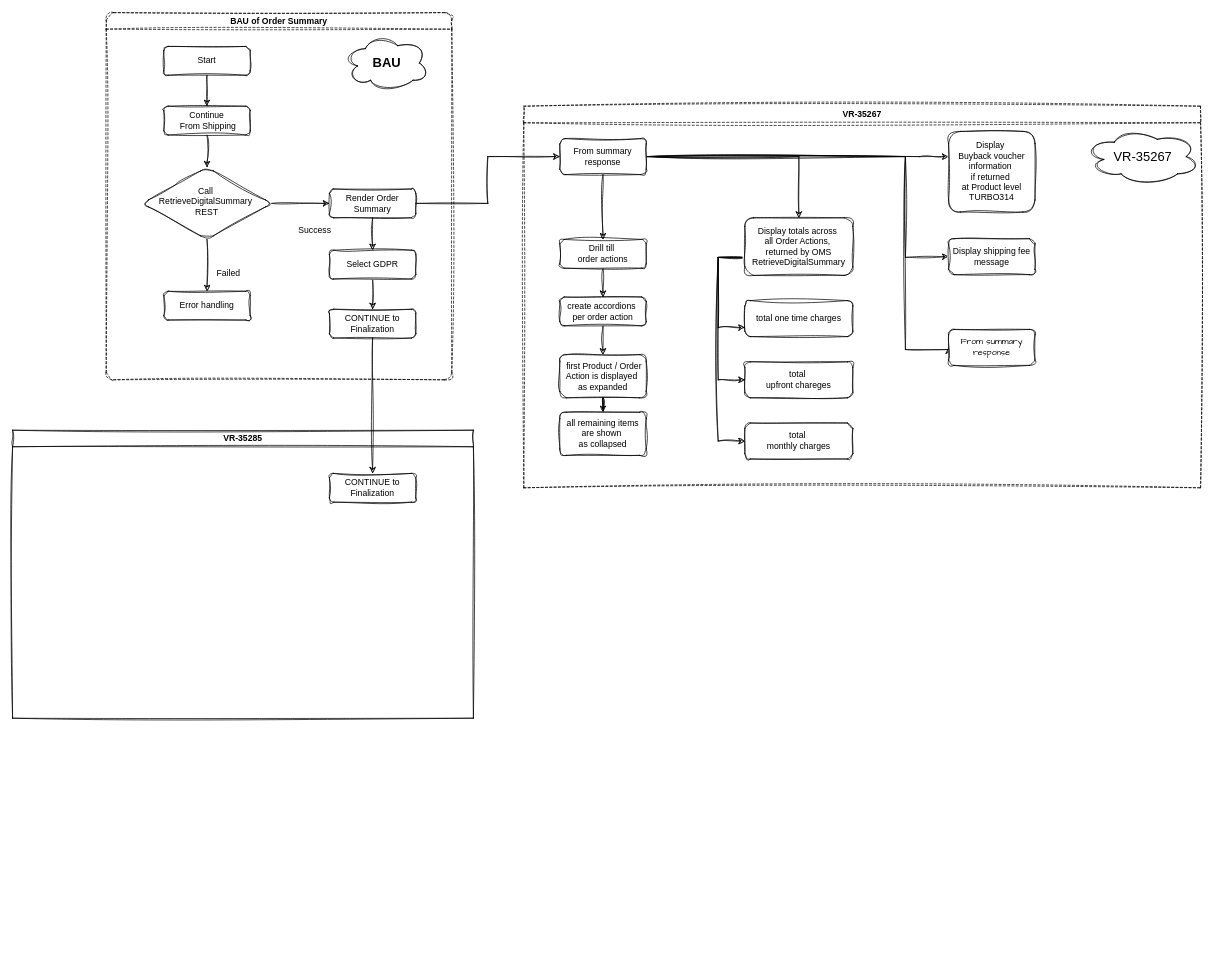
This is VR-34941.drawio from PratikBali/flowchart, a draw.io file, before an edit. Source tidied: cells renumbered, new cells numbered last; positions are measured from the earlier drawing's top-left corner, leaving out a move shared by most shapes. Both pictures are drawn from the tidied source at 72%, with x=0, y=0 at pixel (12, 12).
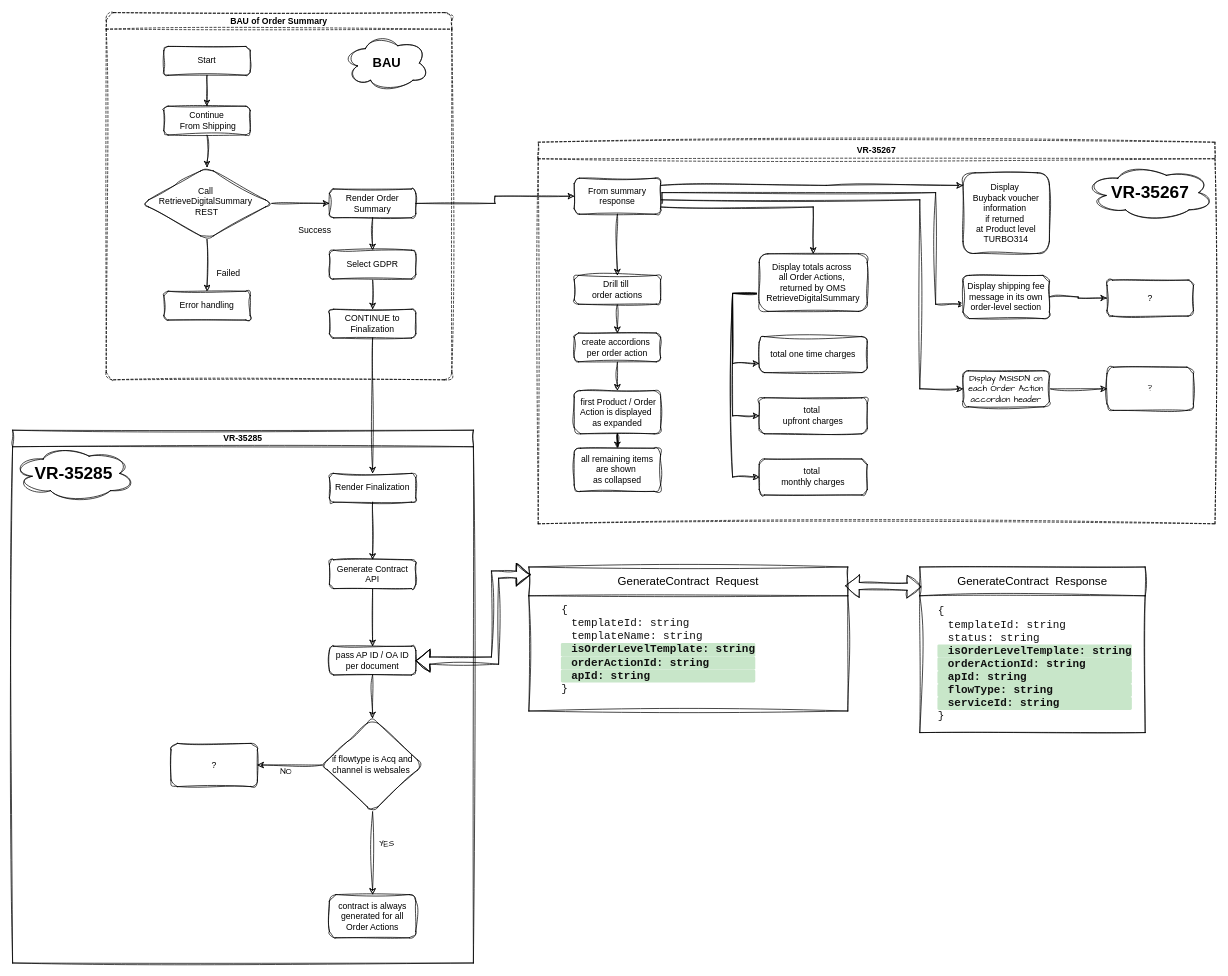
Above is the later version.

Unchanged cells that the change refers to:
```xml
<mxCell id="32" value="Display totals across&amp;nbsp;&lt;div&gt;all Order Actions,&amp;nbsp;&lt;div&gt;returned by OMS RetrieveDigitalSummary&lt;/div&gt;&lt;/div&gt;" style="rounded=1;whiteSpace=wrap;html=1;fontSize=12;glass=0;strokeWidth=1;shadow=0;roundedPerimeter=1;labelBackgroundColor=none;sketch=1;curveFitting=1;jiggle=2;" parent="19" vertex="1">
  <mxGeometry x="307" y="155" width="150" height="80" as="geometry" />
</mxCell>
```

Diff of the diagram source:
```diff
@@
     <mxCell id="19" value="&lt;font face=&quot;Helvetica&quot;&gt;VR-35267&lt;/font&gt;" style="swimlane;whiteSpace=wrap;html=1;sketch=1;hachureGap=4;jiggle=2;curveFitting=1;fontFamily=Architects Daughter;dashed=1;" parent="1" vertex="1">
-      <mxGeometry x="710" y="130" width="940" height="530" as="geometry" />
+      <mxGeometry x="730" y="180" width="940" height="530" as="geometry" />
     </mxCell>
     <mxCell id="20" style="edgeStyle=orthogonalEdgeStyle;rounded=0;sketch=1;hachureGap=4;jiggle=2;curveFitting=1;jettySize=auto;html=1;fontFamily=Architects Daughter;defaultLabelBackgroundColor=page;labelPadding=0 4;" parent="19" edge="1" source="24" target="39">
       <mxGeometry relative="1" as="geometry">
         <Array as="points">
-          <mxPoint x="550" y="70" />
-          <mxPoint x="550" y="70" />
+          <mxPoint x="400" y="60" />
+          <mxPoint x="400" y="60" />
         </Array>
       </mxGeometry>
     </mxCell>
     <mxCell id="21" style="edgeStyle=orthogonalEdgeStyle;rounded=0;sketch=1;hachureGap=4;jiggle=2;curveFitting=1;jettySize=auto;html=1;fontFamily=Architects Daughter;defaultLabelBackgroundColor=page;labelPadding=0 4;" parent="19" edge="1" source="24" target="32">
-      <mxGeometry relative="1" as="geometry" />
+      <mxGeometry relative="1" as="geometry">
+        <Array as="points">
+          <mxPoint x="382" y="90" />
+        </Array>
+      </mxGeometry>
     </mxCell>
-    <mxCell id="22" style="edgeStyle=orthogonalEdgeStyle;rounded=0;sketch=1;hachureGap=4;jiggle=2;curveFitting=1;jettySize=auto;html=1;fontFamily=Architects Daughter;defaultLabelBackgroundColor=page;labelPadding=0 4;entryX=0;entryY=0.5;entryDx=0;entryDy=0;" parent="19" edge="1" target="42">
-      <mxGeometry x="0.04" relative="1" as="geometry">
-        <mxPoint x="180" y="70" as="sourcePoint" />
-        <Array as="points">
-          <mxPoint x="530" y="70" />
-          <mxPoint x="530" y="338" />
-        </Array>
-      </mxGeometry>
-    </mxCell>
-    <mxCell id="23" style="edgeStyle=orthogonalEdgeStyle;rounded=0;sketch=1;hachureGap=4;jiggle=2;curveFitting=1;jettySize=auto;html=1;entryX=0;entryY=0.5;entryDx=0;entryDy=0;fontFamily=Architects Daughter;defaultLabelBackgroundColor=page;labelPadding=0 4;" parent="19" edge="1" source="24" target="38">
-      <mxGeometry relative="1" as="geometry">
-        <Array as="points">
-          <mxPoint x="530" y="70" />
-          <mxPoint x="530" y="210" />
-        </Array>
-      </mxGeometry>
-    </mxCell>
+    <mxCell id="48" style="edgeStyle=orthogonalEdgeStyle;rounded=0;sketch=1;hachureGap=4;jiggle=2;curveFitting=1;orthogonalLoop=1;jettySize=auto;html=1;entryX=0;entryY=0.5;entryDx=0;entryDy=0;fontFamily=Architects Daughter;defaultLabelBackgroundColor=page;labelPadding=0 4;" parent="19" edge="1">
+      <mxGeometry relative="1" as="geometry">
+        <mxPoint x="172" y="85" as="sourcePoint" />
+        <mxPoint x="592" y="225" as="targetPoint" />
+        <Array as="points">
+          <mxPoint x="172" y="70" />
+          <mxPoint x="552" y="70" />
+          <mxPoint x="552" y="225" />
+        </Array>
+      </mxGeometry>
+    </mxCell>
+    <mxCell id="49" style="edgeStyle=orthogonalEdgeStyle;rounded=0;sketch=1;hachureGap=4;jiggle=2;curveFitting=1;jettySize=auto;html=1;entryX=0;entryY=0.5;entryDx=0;entryDy=0;fontFamily=Architects Daughter;defaultLabelBackgroundColor=page;labelPadding=0 4;" parent="19" edge="1" source="24" target="42">
+      <mxGeometry relative="1" as="geometry">
+        <Array as="points">
+          <mxPoint x="530" y="80" />
+          <mxPoint x="530" y="342.5" />
+        </Array>
+      </mxGeometry>
+    </mxCell>
     <mxCell id="24" value="From summary response" style="rounded=1;whiteSpace=wrap;html=1;fontSize=12;glass=0;strokeWidth=1;shadow=0;roundedPerimeter=1;labelBackgroundColor=none;sketch=1;curveFitting=1;jiggle=2;" parent="19" vertex="1">
-      <mxGeometry x="50" y="45" width="120" height="50" as="geometry" />
+      <mxGeometry x="50" y="50" width="120" height="50" as="geometry" />
     </mxCell>
@@
+    <mxCell id="50" style="edgeStyle=orthogonalEdgeStyle;rounded=0;sketch=1;hachureGap=4;jiggle=2;curveFitting=1;jettySize=auto;html=1;fontFamily=Architects Daughter;defaultLabelBackgroundColor=page;labelPadding=0 4;" parent="19" edge="1" source="38" target="52">
+      <mxGeometry relative="1" as="geometry" />
+    </mxCell>
-    <mxCell id="38" value="Display shipping fee message" style="rounded=1;whiteSpace=wrap;html=1;fontSize=12;glass=0;strokeWidth=1;shadow=0;roundedPerimeter=1;labelBackgroundColor=none;sketch=1;curveFitting=1;jiggle=2;" parent="19" vertex="1">
-      <mxGeometry x="590" y="184" width="120" height="50" as="geometry" />
+    <mxCell id="38" value="Display shipping fee message in its own order-level section" style="rounded=1;whiteSpace=wrap;html=1;fontSize=12;glass=0;strokeWidth=1;shadow=0;roundedPerimeter=1;labelBackgroundColor=none;sketch=1;curveFitting=1;jiggle=2;" parent="19" vertex="1">
+      <mxGeometry x="590" y="185" width="120" height="60" as="geometry" />
     </mxCell>
     <mxCell id="39" value="&lt;div&gt;Display&amp;nbsp;&lt;/div&gt;&lt;div&gt;Buyback voucher information&amp;nbsp;&lt;/div&gt;&lt;div&gt;&lt;span style=&quot;background-color: transparent; color: light-dark(#000000, var(--ge-light-color, #ffffff));&quot;&gt;if returned&amp;nbsp;&lt;/span&gt;&lt;/div&gt;&lt;div&gt;at Product level&lt;br&gt;TURBO314&lt;br&gt;&lt;/div&gt;" style="rounded=1;whiteSpace=wrap;html=1;fontSize=12;glass=0;strokeWidth=1;shadow=0;roundedPerimeter=1;labelBackgroundColor=none;sketch=1;curveFitting=1;jiggle=2;" parent="19" vertex="1">
-      <mxGeometry x="590" y="35" width="120" height="112" as="geometry" />
+      <mxGeometry x="590" y="42.5" width="120" height="112" as="geometry" />
     </mxCell>
-    <mxCell id="40" value="&lt;font face=&quot;Helvetica&quot;&gt;total&amp;nbsp;&lt;/font&gt;&lt;div&gt;&lt;font face=&quot;Helvetica&quot;&gt;upfront chareges&lt;/font&gt;&lt;/div&gt;" style="rounded=1;whiteSpace=wrap;html=1;fontSize=12;glass=0;strokeWidth=1;shadow=0;roundedPerimeter=1;labelBackgroundColor=none;sketch=1;curveFitting=1;jiggle=2;hachureGap=4;fontFamily=Architects Daughter;" parent="19" vertex="1">
+    <mxCell id="40" value="&lt;font face=&quot;Helvetica&quot;&gt;total&amp;nbsp;&lt;/font&gt;&lt;div&gt;&lt;font face=&quot;Helvetica&quot;&gt;upfront charges&lt;/font&gt;&lt;/div&gt;" style="rounded=1;whiteSpace=wrap;html=1;fontSize=12;glass=0;strokeWidth=1;shadow=0;roundedPerimeter=1;labelBackgroundColor=none;sketch=1;curveFitting=1;jiggle=2;hachureGap=4;fontFamily=Architects Daughter;" parent="19" vertex="1">
       <mxGeometry x="307" y="355" width="150" height="50" as="geometry" />
     </mxCell>
@@
+    <mxCell id="51" style="edgeStyle=orthogonalEdgeStyle;rounded=0;sketch=1;hachureGap=4;jiggle=2;curveFitting=1;jettySize=auto;html=1;fontFamily=Architects Daughter;defaultLabelBackgroundColor=page;labelPadding=0 4;" parent="19" edge="1" source="42" target="53">
+      <mxGeometry relative="1" as="geometry" />
+    </mxCell>
-    <mxCell id="42" value="From summary response" style="rounded=1;whiteSpace=wrap;html=1;fontSize=12;glass=0;strokeWidth=1;shadow=0;roundedPerimeter=1;labelBackgroundColor=none;sketch=1;curveFitting=1;jiggle=2;hachureGap=4;fontFamily=Architects Daughter;" parent="19" vertex="1">
-      <mxGeometry x="590" y="310" width="120" height="50" as="geometry" />
+    <mxCell id="42" value="Display MSISDN on each Order Action accordion header" style="rounded=1;whiteSpace=wrap;html=1;fontSize=12;glass=0;strokeWidth=1;shadow=0;roundedPerimeter=1;labelBackgroundColor=none;sketch=1;curveFitting=1;jiggle=2;hachureGap=4;fontFamily=Architects Daughter;" parent="19" vertex="1">
+      <mxGeometry x="590" y="317.5" width="120" height="50" as="geometry" />
     </mxCell>
-    <mxCell id="43" value="&lt;h2&gt;&lt;span style=&quot;font-family: Helvetica; font-weight: normal;&quot;&gt;VR-35267&lt;/span&gt;&lt;/h2&gt;" style="ellipse;shape=cloud;whiteSpace=wrap;html=1;perimeter=cloudPerimeter;sketch=1;hachureGap=4;jiggle=2;curveFitting=1;fontFamily=Architects Daughter;fillColor=light-dark(default, #98a300);" parent="19" vertex="1">
-      <mxGeometry x="780" y="30" width="160" height="80" as="geometry" />
+    <mxCell id="43" value="&lt;h1&gt;&lt;span style=&quot;font-family: Helvetica;&quot;&gt;VR-35267&lt;/span&gt;&lt;/h1&gt;" style="ellipse;shape=cloud;whiteSpace=wrap;html=1;perimeter=cloudPerimeter;sketch=1;hachureGap=4;jiggle=2;curveFitting=1;fontFamily=Architects Daughter;fillColor=light-dark(default, #179665);" parent="19" vertex="1">
+      <mxGeometry x="760" y="30" width="180" height="80" as="geometry" />
     </mxCell>
+    <mxCell id="52" value="?" style="rounded=1;whiteSpace=wrap;html=1;fontSize=12;glass=0;strokeWidth=1;shadow=0;roundedPerimeter=1;labelBackgroundColor=none;sketch=1;curveFitting=1;jiggle=2;" parent="19" vertex="1">
+      <mxGeometry x="790" y="191.5" width="120" height="50" as="geometry" />
+    </mxCell>
+    <mxCell id="53" value="?" style="whiteSpace=wrap;html=1;fontFamily=Architects Daughter;rounded=1;glass=0;strokeWidth=1;shadow=0;roundedPerimeter=1;labelBackgroundColor=none;sketch=1;curveFitting=1;jiggle=2;hachureGap=4;" parent="19" vertex="1">
+      <mxGeometry x="790" y="312.5" width="120" height="60" as="geometry" />
+    </mxCell>
     <mxCell id="44" value="&lt;span style=&quot;font-family: Helvetica;&quot;&gt;VR-35285&lt;/span&gt;" style="swimlane;whiteSpace=wrap;html=1;sketch=1;hachureGap=4;jiggle=2;curveFitting=1;fontFamily=Architects Daughter;" parent="1" vertex="1">
-      <mxGeometry y="580" width="640" height="400" as="geometry" />
+      <mxGeometry y="580" width="640" height="740" as="geometry" />
     </mxCell>
+    <mxCell id="54" style="edgeStyle=orthogonalEdgeStyle;rounded=0;sketch=1;hachureGap=4;jiggle=2;curveFitting=1;jettySize=auto;html=1;fontFamily=Architects Daughter;defaultLabelBackgroundColor=page;labelPadding=0 4;" parent="44" edge="1" source="45" target="57">
+      <mxGeometry relative="1" as="geometry" />
+    </mxCell>
-    <mxCell id="45" value="CONTINUE to Finalization" style="whiteSpace=wrap;html=1;rounded=1;glass=0;strokeWidth=1;shadow=0;roundedPerimeter=1;labelBackgroundColor=none;sketch=1;curveFitting=1;jiggle=2;" parent="44" vertex="1">
+    <mxCell id="45" value="Render Finalization" style="whiteSpace=wrap;html=1;rounded=1;glass=0;strokeWidth=1;shadow=0;roundedPerimeter=1;labelBackgroundColor=none;sketch=1;curveFitting=1;jiggle=2;" parent="44" vertex="1">
       <mxGeometry x="440" y="60" width="120" height="40" as="geometry" />
     </mxCell>
+    <mxCell id="55" value="&lt;h1&gt;&lt;span style=&quot;font-family: Helvetica;&quot;&gt;VR-35285&lt;/span&gt;&lt;/h1&gt;" style="ellipse;shape=cloud;whiteSpace=wrap;html=1;perimeter=cloudPerimeter;sketch=1;hachureGap=4;jiggle=2;curveFitting=1;fontFamily=Architects Daughter;fillColor=light-dark(default, #f5e000);" parent="44" vertex="1">
+      <mxGeometry y="20" width="170" height="80" as="geometry" />
+    </mxCell>
+    <mxCell id="56" style="edgeStyle=orthogonalEdgeStyle;rounded=0;sketch=1;hachureGap=4;jiggle=2;curveFitting=1;jettySize=auto;html=1;fontFamily=Architects Daughter;defaultLabelBackgroundColor=page;labelPadding=0 4;" parent="44" edge="1" source="57" target="59">
+      <mxGeometry relative="1" as="geometry" />
+    </mxCell>
+    <mxCell id="57" value="Generate Contract API" style="whiteSpace=wrap;html=1;rounded=1;glass=0;strokeWidth=1;shadow=0;roundedPerimeter=1;labelBackgroundColor=none;sketch=1;curveFitting=1;jiggle=2;" parent="44" vertex="1">
+      <mxGeometry x="440" y="180" width="120" height="40" as="geometry" />
+    </mxCell>
+    <mxCell id="58" style="edgeStyle=orthogonalEdgeStyle;rounded=0;sketch=1;hachureGap=4;jiggle=2;curveFitting=1;jettySize=auto;html=1;fontFamily=Architects Daughter;defaultLabelBackgroundColor=page;labelPadding=0 4;" parent="44" edge="1" source="59" target="62">
+      <mxGeometry relative="1" as="geometry" />
+    </mxCell>
+    <mxCell id="59" value="pass AP ID / OA ID per document" style="whiteSpace=wrap;html=1;rounded=1;glass=0;strokeWidth=1;shadow=0;roundedPerimeter=1;labelBackgroundColor=none;sketch=1;curveFitting=1;jiggle=2;" parent="44" vertex="1">
+      <mxGeometry x="440" y="300" width="120" height="40" as="geometry" />
+    </mxCell>
+    <mxCell id="60" style="edgeStyle=orthogonalEdgeStyle;rounded=0;sketch=1;hachureGap=4;jiggle=2;curveFitting=1;jettySize=auto;html=1;fontFamily=Architects Daughter;defaultLabelBackgroundColor=page;labelPadding=0 4;" parent="44" edge="1" source="62" target="63">
+      <mxGeometry relative="1" as="geometry" />
+    </mxCell>
+    <mxCell id="61" style="edgeStyle=orthogonalEdgeStyle;rounded=0;sketch=1;hachureGap=4;jiggle=2;curveFitting=1;jettySize=auto;html=1;fontFamily=Architects Daughter;defaultLabelBackgroundColor=page;labelPadding=0 4;" parent="44" edge="1" source="62" target="64">
+      <mxGeometry relative="1" as="geometry" />
+    </mxCell>
+    <mxCell id="62" value="if flowtype is Acq and channel is websales&amp;nbsp;" style="rhombus;whiteSpace=wrap;html=1;shapeInside=1;rounded=1;glass=0;strokeWidth=1;shadow=0;roundedPerimeter=1;labelBackgroundColor=none;sketch=1;curveFitting=1;jiggle=2;" parent="44" vertex="1">
+      <mxGeometry x="430" y="400" width="140" height="130" as="geometry" />
+    </mxCell>
+    <mxCell id="63" value="contract is always generated for all Order Actions" style="whiteSpace=wrap;html=1;rounded=1;glass=0;strokeWidth=1;shadow=0;roundedPerimeter=1;labelBackgroundColor=none;sketch=1;curveFitting=1;jiggle=2;" parent="44" vertex="1">
+      <mxGeometry x="440" y="645" width="120" height="60" as="geometry" />
+    </mxCell>
+    <mxCell id="64" value="?" style="whiteSpace=wrap;html=1;rounded=1;glass=0;strokeWidth=1;shadow=0;roundedPerimeter=1;labelBackgroundColor=none;sketch=1;curveFitting=1;jiggle=2;" parent="44" vertex="1">
+      <mxGeometry x="220" y="435" width="120" height="60" as="geometry" />
+    </mxCell>
@@
+    <mxCell id="65" value="YES" style="text;html=1;whiteSpace=wrap;strokeColor=none;fillColor=none;align=center;verticalAlign=middle;rounded=0;fontFamily=Architects Daughter;" parent="1" vertex="1">
+      <mxGeometry x="490" y="1140" width="60" height="30" as="geometry" />
+    </mxCell>
+    <mxCell id="66" value="NO" style="text;html=1;whiteSpace=wrap;strokeColor=none;fillColor=none;align=center;verticalAlign=middle;rounded=0;fontFamily=Architects Daughter;" parent="1" vertex="1">
+      <mxGeometry x="350" y="1040" width="60" height="30" as="geometry" />
+    </mxCell>
+    <mxCell id="67" value="&lt;span style=&quot;color: rgb(0, 0, 0); font-family: Montserrat; font-size: 16px; font-weight: 400; text-align: left; background-color: rgb(255, 255, 255);&quot;&gt;GenerateContract&amp;nbsp; Request&lt;/span&gt;" style="swimlane;whiteSpace=wrap;html=1;sketch=1;hachureGap=4;jiggle=2;curveFitting=1;fontFamily=Architects Daughter;startSize=40;" parent="1" vertex="1">
+      <mxGeometry x="717" y="770" width="443" height="200" as="geometry" />
+    </mxCell>
+    <mxCell id="68" value="&lt;span class=&quot;line old&quot; style=&quot;box-sizing: border-box; display: block; padding-left: 14px; text-indent: -14px; color: rgb(17, 17, 17); font-family: Consolas, &amp;quot;Courier New&amp;quot;, monospace; font-size: 15.2px; text-align: start;&quot;&gt;{&lt;/span&gt;&lt;span class=&quot;line i1 old&quot; style=&quot;box-sizing: border-box; display: block; padding-left: 28px; text-indent: -14px; color: rgb(17, 17, 17); font-family: Consolas, &amp;quot;Courier New&amp;quot;, monospace; font-size: 15.2px; text-align: start;&quot;&gt;templateId: string&lt;/span&gt;&lt;span class=&quot;line i1 old&quot; style=&quot;box-sizing: border-box; display: block; padding-left: 28px; text-indent: -14px; color: rgb(17, 17, 17); font-family: Consolas, &amp;quot;Courier New&amp;quot;, monospace; font-size: 15.2px; text-align: start;&quot;&gt;templateName: string&lt;/span&gt;&lt;span class=&quot;line i1 new&quot; style=&quot;box-sizing: border-box; display: block; padding-left: 28px; text-indent: -14px; font-weight: 800; color: rgb(17, 17, 17); background: rgb(200, 230, 201); border-radius: 2px; font-family: Consolas, &amp;quot;Courier New&amp;quot;, monospace; font-size: 15.2px; text-align: start;&quot;&gt;isOrderLevelTemplate: string&lt;/span&gt;&lt;span class=&quot;line i1 new&quot; style=&quot;box-sizing: border-box; display: block; padding-left: 28px; text-indent: -14px; font-weight: 800; color: rgb(17, 17, 17); background: rgb(200, 230, 201); border-radius: 2px; font-family: Consolas, &amp;quot;Courier New&amp;quot;, monospace; font-size: 15.2px; text-align: start;&quot;&gt;orderActionId: string&lt;/span&gt;&lt;span class=&quot;line i1 new&quot; style=&quot;box-sizing: border-box; display: block; padding-left: 28px; text-indent: -14px; font-weight: 800; color: rgb(17, 17, 17); background: rgb(200, 230, 201); border-radius: 2px; font-family: Consolas, &amp;quot;Courier New&amp;quot;, monospace; font-size: 15.2px; text-align: start;&quot;&gt;apId: string&lt;/span&gt;&lt;span class=&quot;line old&quot; style=&quot;box-sizing: border-box; display: block; padding-left: 14px; text-indent: -14px; color: rgb(17, 17, 17); font-family: Consolas, &amp;quot;Courier New&amp;quot;, monospace; font-size: 15.2px; text-align: start;&quot;&gt;}&lt;/span&gt;" style="text;html=1;whiteSpace=wrap;strokeColor=none;fillColor=none;align=center;verticalAlign=middle;rounded=0;fontFamily=Architects Daughter;" parent="67" vertex="1">
+      <mxGeometry x="20" y="40" width="320" height="150" as="geometry" />
+    </mxCell>
+    <mxCell id="69" value="&lt;span style=&quot;color: rgb(0, 0, 0); font-family: Montserrat; font-size: 16px; font-weight: 400; text-align: left; background-color: rgb(255, 255, 255);&quot;&gt;GenerateContract&amp;nbsp; Response&lt;/span&gt;" style="swimlane;whiteSpace=wrap;html=1;sketch=1;hachureGap=4;jiggle=2;curveFitting=1;fontFamily=Architects Daughter;startSize=40;" parent="1" vertex="1">
+      <mxGeometry x="1260" y="770" width="313" height="230" as="geometry" />
+    </mxCell>
+    <mxCell id="70" value="&lt;span class=&quot;line old&quot; style=&quot;box-sizing: border-box; display: block; padding-left: 14px; text-indent: -14px; color: rgb(17, 17, 17); font-family: Consolas, &amp;quot;Courier New&amp;quot;, monospace; font-size: 15.2px; text-align: start;&quot;&gt;&lt;span class=&quot;line old&quot; style=&quot;box-sizing: border-box; display: block; padding-left: 14px; color: rgb(17, 17, 17); font-size: 15.2px;&quot;&gt;{&lt;/span&gt;&lt;span class=&quot;line i1 old&quot; style=&quot;box-sizing: border-box; display: block; padding-left: 28px; color: rgb(17, 17, 17); font-size: 15.2px;&quot;&gt;templateId: string&lt;/span&gt;&lt;span class=&quot;line i1 old&quot; style=&quot;box-sizing: border-box; display: block; padding-left: 28px; color: rgb(17, 17, 17); font-size: 15.2px;&quot;&gt;status: string&lt;/span&gt;&lt;span class=&quot;line i1 new&quot; style=&quot;box-sizing: border-box; display: block; padding-left: 28px; font-weight: 800; color: rgb(17, 17, 17); background: rgb(200, 230, 201); border-radius: 2px; font-size: 15.2px;&quot;&gt;isOrderLevelTemplate: string&lt;/span&gt;&lt;span class=&quot;line i1 new&quot; style=&quot;box-sizing: border-box; display: block; padding-left: 28px; font-weight: 800; color: rgb(17, 17, 17); background: rgb(200, 230, 201); border-radius: 2px; font-size: 15.2px;&quot;&gt;orderActionId: string&lt;/span&gt;&lt;span class=&quot;line i1 new&quot; style=&quot;box-sizing: border-box; display: block; padding-left: 28px; font-weight: 800; color: rgb(17, 17, 17); background: rgb(200, 230, 201); border-radius: 2px; font-size: 15.2px;&quot;&gt;apId: string&lt;/span&gt;&lt;span class=&quot;line i1 new&quot; style=&quot;box-sizing: border-box; display: block; padding-left: 28px; font-weight: 800; color: rgb(17, 17, 17); background: rgb(200, 230, 201); border-radius: 2px; font-size: 15.2px;&quot;&gt;flowType: string&lt;/span&gt;&lt;span class=&quot;line i1 new&quot; style=&quot;box-sizing: border-box; display: block; padding-left: 28px; font-weight: 800; color: rgb(17, 17, 17); background: rgb(200, 230, 201); border-radius: 2px; font-size: 15.2px;&quot;&gt;serviceId: string&lt;/span&gt;&lt;span class=&quot;line old&quot; style=&quot;box-sizing: border-box; display: block; padding-left: 14px; color: rgb(17, 17, 17); font-size: 15.2px;&quot;&gt;}&lt;/span&gt;&lt;/span&gt;" style="text;html=1;whiteSpace=wrap;strokeColor=none;fillColor=none;align=center;verticalAlign=middle;rounded=0;fontFamily=Architects Daughter;" parent="69" vertex="1">
+      <mxGeometry x="-47" y="60" width="400" height="150" as="geometry" />
+    </mxCell>
+    <mxCell id="71" style="shape=flexArrow;endArrow=classic;startArrow=classic;html=1;rounded=0;sketch=1;hachureGap=4;jiggle=2;curveFitting=1;fontFamily=Architects Daughter;defaultLabelBackgroundColor=page;labelPadding=0 4;entryX=0.006;entryY=0.12;entryDx=0;entryDy=0;entryPerimeter=0;exitX=0.992;exitY=0.131;exitDx=0;exitDy=0;exitPerimeter=0;" parent="1" edge="1" source="67" target="69">
+      <mxGeometry relative="1" as="geometry" />
+    </mxCell>
+    <mxCell id="72" style="shape=flexArrow;endArrow=classic;startArrow=classic;html=1;rounded=0;sketch=1;hachureGap=4;jiggle=2;curveFitting=1;fontFamily=Architects Daughter;defaultLabelBackgroundColor=page;labelPadding=0 4;entryX=0.005;entryY=0.053;entryDx=0;entryDy=0;entryPerimeter=0;exitX=1;exitY=0.5;exitDx=0;exitDy=0;" parent="1" edge="1" source="59" target="67">
+      <mxGeometry x="-0.19" relative="1" as="geometry">
+        <Array as="points">
+          <mxPoint x="670" y="900" />
+          <mxPoint x="670" y="780.6" />
+        </Array>
+      </mxGeometry>
+    </mxCell>
```
